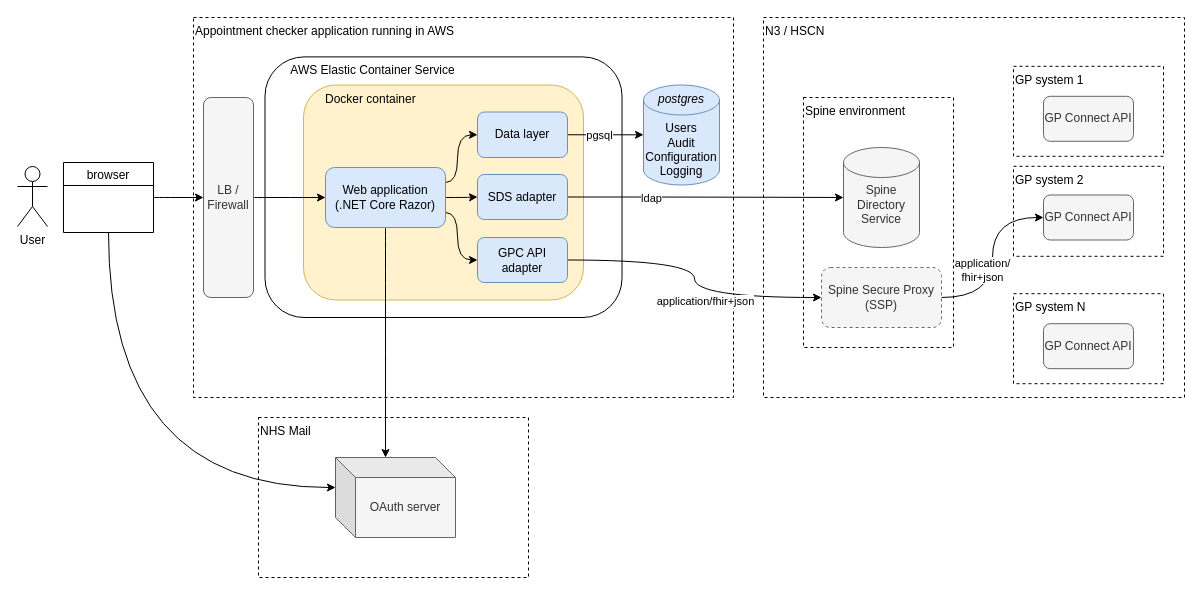
Before: documentation/gpc-appointment-checker-high-level-architecture.drawio in nhsconnect/gpconnect-appointment-checker, a draw.io diagram. Source tidied: cells renumbered, new cells numbered last; positions are measured from the earlier drawing's top-left corner, leaving out a move shared by most shapes. Both pictures are drawn from the tidied source at 100%, with x=0, y=0 at pixel (17, 17).
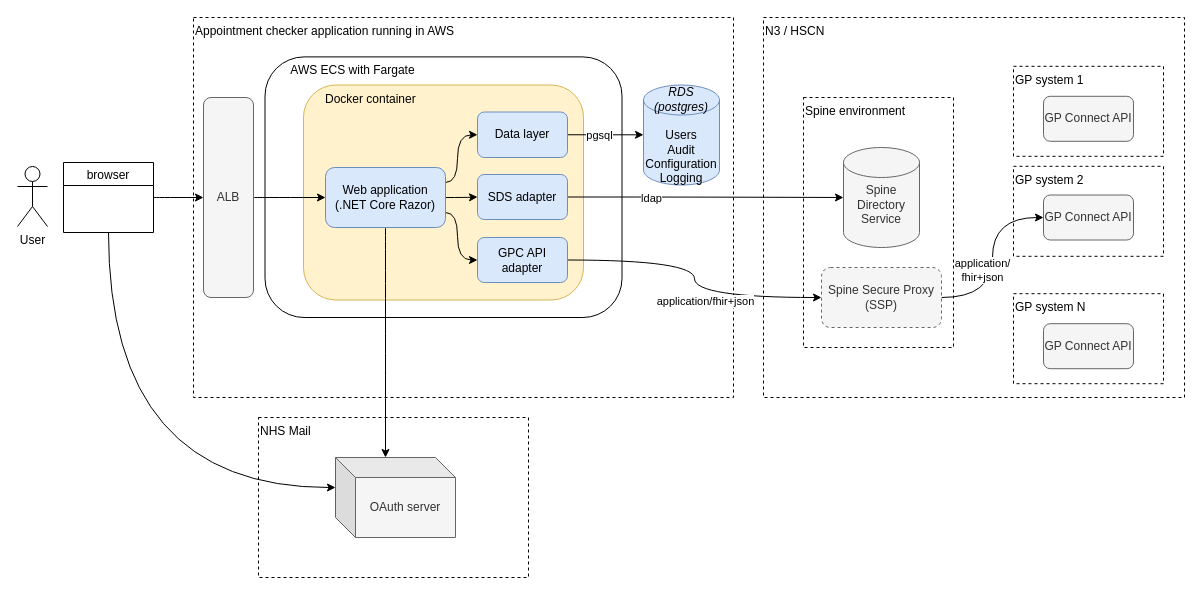
The same diagram, later.

Commit message (it also covers changes not shown here):
Update high level diagram

What changed in the source:
```diff
@@
+    <mxCell id="3" value="Appointment checker application running in AWS" style="rounded=0;whiteSpace=wrap;html=1;verticalAlign=top;align=left;dashed=1;fillColor=none;" parent="1" vertex="1">
+      <mxGeometry x="176" width="540" height="380" as="geometry" />
+    </mxCell>
-    <mxCell id="2" value="&amp;nbsp; &amp;nbsp; &amp;nbsp; &amp;nbsp;AWS Elastic Container Service" style="rounded=1;whiteSpace=wrap;html=1;fillColor=none;verticalAlign=top;align=left;" parent="1" vertex="1">
+    <mxCell id="2" value="&amp;nbsp; &amp;nbsp; &amp;nbsp; &amp;nbsp;AWS ECS with Fargate" style="rounded=1;whiteSpace=wrap;html=1;fillColor=none;verticalAlign=top;align=left;" parent="1" vertex="1">
       <mxGeometry x="247.5" y="39.4" width="357" height="260.6" as="geometry" />
     </mxCell>
-    <mxCell id="3" value="Appointment checker application running in AWS" style="rounded=0;whiteSpace=wrap;html=1;verticalAlign=top;align=left;dashed=1;fillColor=none;" parent="1" vertex="1">
-      <mxGeometry x="176" width="540" height="380" as="geometry" />
-    </mxCell>
@@
-    <mxCell id="36" value="&lt;i&gt;postgres&lt;/i&gt;&lt;br&gt;&lt;br&gt;Users&lt;br&gt;Audit&lt;br&gt;Configuration&lt;br&gt;Logging" style="shape=cylinder2;whiteSpace=wrap;html=1;boundedLbl=1;backgroundOutline=1;size=15;align=center;fillColor=#dae8fc;strokeColor=#6c8ebf;" parent="1" vertex="1">
+    <mxCell id="36" value="&lt;i&gt;RDS (postgres)&lt;/i&gt;&lt;br&gt;&lt;br&gt;Users&lt;br&gt;Audit&lt;br&gt;Configuration&lt;br&gt;Logging" style="shape=cylinder2;whiteSpace=wrap;html=1;boundedLbl=1;backgroundOutline=1;size=15;align=center;fillColor=#dae8fc;strokeColor=#6c8ebf;" parent="1" vertex="1">
       <mxGeometry x="626" y="67.5" width="76" height="100" as="geometry" />
     </mxCell>
@@
-    <mxCell id="40" value="LB&amp;nbsp;/ Firewall" style="rounded=1;whiteSpace=wrap;html=1;fillColor=#f5f5f5;strokeColor=#666666;fontColor=#333333;" parent="1" vertex="1">
+    <mxCell id="40" value="ALB" style="rounded=1;whiteSpace=wrap;html=1;fillColor=#f5f5f5;strokeColor=#666666;fontColor=#333333;" parent="1" vertex="1">
       <mxGeometry x="186" y="80" width="50" height="200" as="geometry" />
     </mxCell>
```
